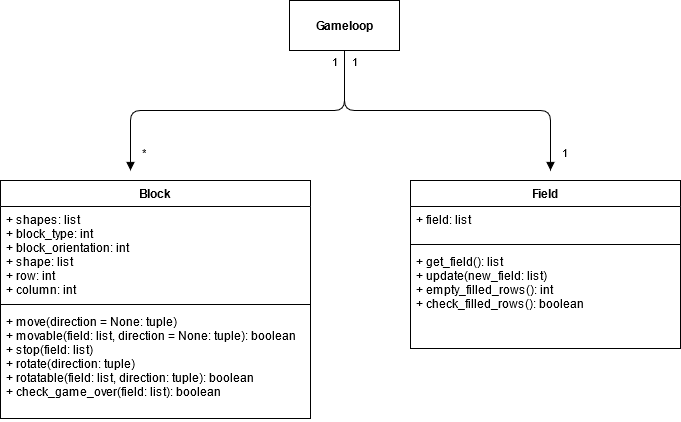
Before: dokumentaatio/kuvat/arkkitehtuuri-Sovelluslogiikka_Luokkakaavio.png, a diagram exported from draw.io (TanakaAkihiro/ot-harjoitustyo). Source tidied: cells renumbered, new cells last; positions are measured from the earlier drawing's top-left corner, leaving out a move shared by most shapes.
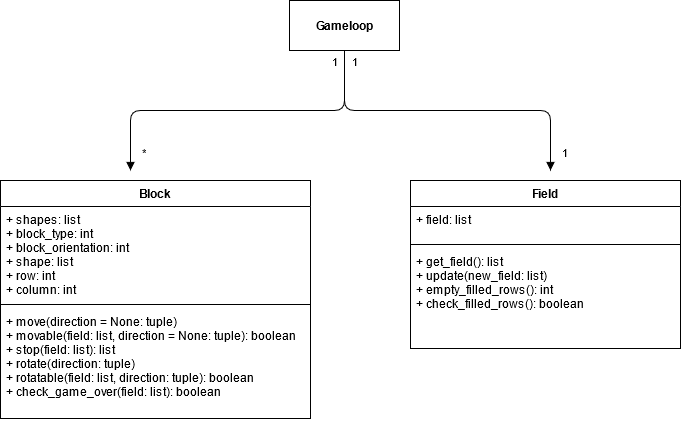
After the change.

Commit message:
Uusi kuva

Change to the diagram source:
```diff
@@ -11,7 +11,7 @@
     <mxCell id="4" style="line;strokeWidth=1;fillColor=none;align=left;verticalAlign=middle;spacingTop=-1;spacingLeft=3;spacingRight=3;labelPosition=right;" parent="2" vertex="1">
       <mxGeometry y="120" width="310" height="8" as="geometry" />
     </mxCell>
-    <mxCell id="5" value="+ move(direction = None: tuple)&#10;+ movable(field: list, direction = None: tuple): boolean&#10;+ stop(field: list)&#10;+ rotate(direction: tuple)&#10;+ rotatable(field: list, direction: tuple): boolean&#10;+ check_game_over(field: list): boolean&#10;&#10;&#10;" style="text;strokeColor=none;fillColor=none;align=left;verticalAlign=top;spacingLeft=4;spacingRight=4;overflow=hidden;" parent="2" vertex="1">
+    <mxCell id="5" value="+ move(direction = None: tuple)&#10;+ movable(field: list, direction = None: tuple): boolean&#10;+ stop(field: list): list&#10;+ rotate(direction: tuple)&#10;+ rotatable(field: list, direction: tuple): boolean&#10;+ check_game_over(field: list): boolean&#10;&#10;&#10;" style="text;strokeColor=none;fillColor=none;align=left;verticalAlign=top;spacingLeft=4;spacingRight=4;overflow=hidden;" parent="2" vertex="1">
       <mxGeometry y="128" width="310" height="110" as="geometry" />
     </mxCell>
     <mxCell id="6" value="Field" style="swimlane;fontStyle=1;align=center;verticalAlign=top;horizontal=1;startSize=26;" parent="1" vertex="1">
```
